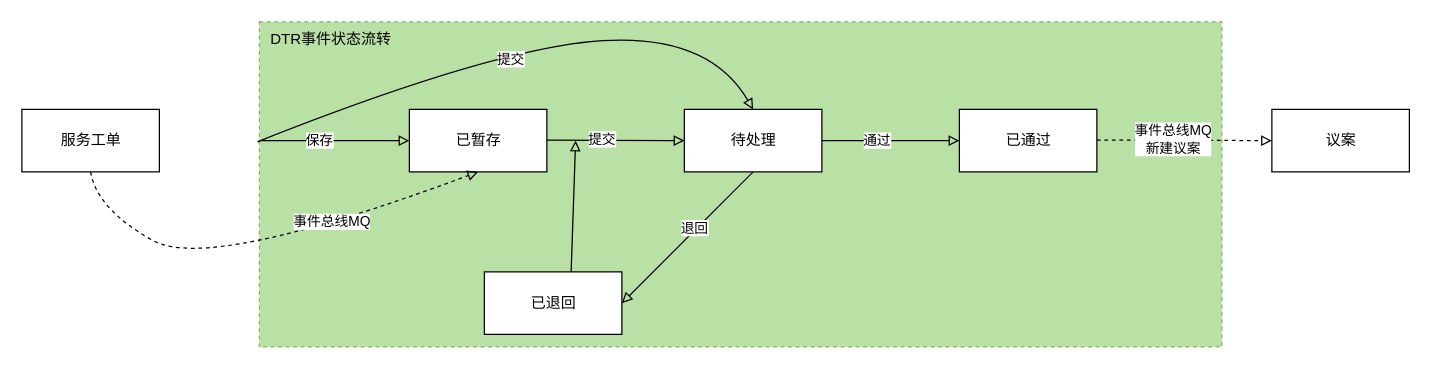
Before: page "DTR事件设计" (7 of 7) of images/DTR时序图.drawio in 1132489442/designer, a draw.io diagram. Source tidied: cells renumbered, new cells numbered last; positions are measured from the earlier drawing's top-left corner, leaving out a move shared by most shapes. Both pictures are drawn from the tidied source at 125%, with x=0, y=0 at pixel (21, 21).
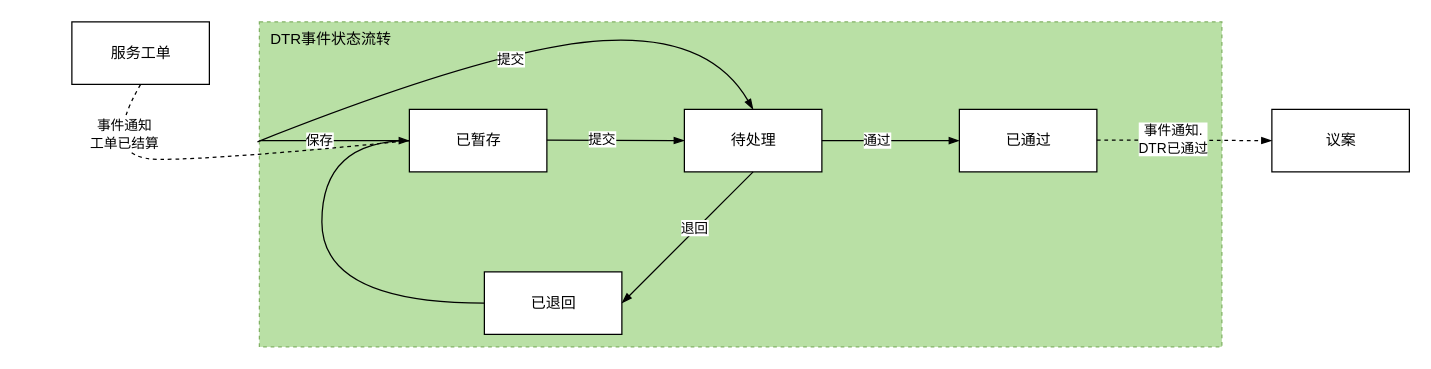
The same diagram, later.

The change refers to these unchanged cells:
```xml
<mxCell id="2" style="rounded=0;whiteSpace=wrap;html=1;dashed=1;labelBackgroundColor=default;fillColor=#B9E0A5;strokeColor=#82b366;" parent="1" vertex="1">
  <mxGeometry x="190" width="770" height="260" as="geometry" />
</mxCell>
<mxCell id="3" value="已通过" style="html=1;" parent="1" vertex="1">
  <mxGeometry x="750" y="70" width="110" height="50" as="geometry" />
</mxCell>
<mxCell id="4" value="待处理" style="html=1;" parent="1" vertex="1">
  <mxGeometry x="530" y="70" width="110" height="50" as="geometry" />
</mxCell>
<mxCell id="9" value="已退回" style="html=1;" parent="1" vertex="1">
  <mxGeometry x="370" y="200" width="110" height="50" as="geometry" />
</mxCell>
<mxCell id="10" value="已暂存" style="html=1;" parent="1" vertex="1">
  <mxGeometry x="310" y="70" width="110" height="50" as="geometry" />
</mxCell>
<mxCell id="18" value="议案" style="html=1;" parent="1" vertex="1">
  <mxGeometry x="1000" y="70" width="110" height="50" as="geometry" />
</mxCell>
```

Change to the diagram source:
```diff
@@
-    <mxCell id="5" style="endArrow=block;endSize=6;html=1;rounded=0;entryX=0;entryY=0.5;entryDx=0;entryDy=0;endFill=0;" parent="1" edge="1" target="3">
+    <mxCell id="5" style="endArrow=blockThin;endSize=6;html=1;rounded=0;entryX=0;entryY=0.5;entryDx=0;entryDy=0;endFill=1;" parent="1" edge="1" target="3">
       <mxGeometry relative="1" as="geometry">
         <mxPoint x="640" y="95" as="sourcePoint" />
       </mxGeometry>
     </mxCell>
@@
-    <mxCell id="7" style="endArrow=block;endSize=6;html=1;rounded=0;entryX=0;entryY=0.5;entryDx=0;entryDy=0;entryPerimeter=0;endFill=0;" parent="1" edge="1" target="10">
+    <mxCell id="7" style="endArrow=blockThin;endSize=6;html=1;rounded=0;entryX=0;entryY=0.5;entryDx=0;entryDy=0;entryPerimeter=0;endFill=1;" parent="1" edge="1" target="10">
       <mxGeometry relative="1" as="geometry">
         <mxPoint x="190" y="95" as="sourcePoint" />
       </mxGeometry>
     </mxCell>
@@
-    <mxCell id="11" style="endArrow=block;endSize=6;html=1;rounded=0;exitX=1;exitY=0.5;exitDx=0;exitDy=0;endFill=0;" parent="1" edge="1">
+    <mxCell id="11" style="endArrow=blockThin;endSize=6;html=1;rounded=0;exitX=1;exitY=0.5;exitDx=0;exitDy=0;endFill=1;" parent="1" edge="1">
       <mxGeometry relative="1" as="geometry">
         <mxPoint x="420" y="94.5" as="sourcePoint" />
         <mxPoint x="530" y="95" as="targetPoint" />
       </mxGeometry>
     </mxCell>
@@
-    <mxCell id="13" style="curved=1;endArrow=block;html=1;rounded=0;entryX=0.5;entryY=0;entryDx=0;entryDy=0;exitX=-0.002;exitY=0.369;exitDx=0;exitDy=0;exitPerimeter=0;endFill=0;" parent="1" edge="1" source="2" target="4">
+    <mxCell id="13" style="curved=1;endArrow=blockThin;html=1;rounded=0;entryX=0.5;entryY=0;entryDx=0;entryDy=0;exitX=-0.002;exitY=0.369;exitDx=0;exitDy=0;exitPerimeter=0;endFill=1;" parent="1" edge="1" source="2" target="4">
       <mxGeometry relative="1" as="geometry">
         <Array as="points">
           <mxPoint x="380" y="20" />
           <mxPoint x="550" y="10" />
         </Array>
       </mxGeometry>
     </mxCell>
@@
-    <mxCell id="15" style="endArrow=block;html=1;rounded=0;exitX=0.5;exitY=1;exitDx=0;exitDy=0;entryX=1;entryY=0.5;entryDx=0;entryDy=0;endFill=0;" parent="1" edge="1" source="4" target="9">
+    <mxCell id="15" style="endArrow=blockThin;html=1;rounded=0;exitX=0.5;exitY=1;exitDx=0;exitDy=0;entryX=1;entryY=0.5;entryDx=0;entryDy=0;endFill=1;" parent="1" edge="1" source="4" target="9">
       <mxGeometry relative="1" as="geometry" />
     </mxCell>
@@
-    <mxCell id="17" style="endArrow=block;html=1;rounded=0;exitX=0.631;exitY=0;exitDx=0;exitDy=0;exitPerimeter=0;endFill=0;" parent="1" edge="1" source="9">
+    <mxCell id="17" style="endArrow=none;html=1;rounded=0;endFill=0;edgeStyle=orthogonalEdgeStyle;curved=1;" parent="1" edge="1" source="9">
       <mxGeometry relative="1" as="geometry">
-        <mxPoint x="443" y="95" as="targetPoint" />
+        <mxPoint x="310" y="95" as="targetPoint" />
+        <Array as="points">
+          <mxPoint x="240" y="225" />
+          <mxPoint x="240" y="95" />
+        </Array>
       </mxGeometry>
     </mxCell>
@@
-    <mxCell id="19" style="endArrow=block;endSize=6;html=1;rounded=0;entryX=0;entryY=0.5;entryDx=0;entryDy=0;dashed=1;endFill=0;" parent="1" edge="1" target="18">
+    <mxCell id="19" style="endArrow=blockThin;endSize=6;html=1;rounded=0;entryX=0;entryY=0.5;entryDx=0;entryDy=0;dashed=1;endFill=1;" parent="1" edge="1" target="18">
       <mxGeometry relative="1" as="geometry">
         <mxPoint x="860" y="94.5" as="sourcePoint" />
       </mxGeometry>
     </mxCell>
-    <mxCell id="20" value="事件总线MQ&lt;br&gt;新建议案" style="edgeLabel;html=1;align=center;verticalAlign=middle;" parent="19" vertex="1">
+    <mxCell id="20" value="事件通知.&lt;br&gt;DTR已通过" style="edgeLabel;html=1;align=center;verticalAlign=middle;" parent="19" vertex="1">
       <mxGeometry x="-0.21" y="1" relative="1" as="geometry">
         <mxPoint x="5" as="offset" />
       </mxGeometry>
     </mxCell>
     <mxCell id="21" value="服务工单" style="html=1;" parent="1" vertex="1">
-      <mxGeometry y="70" width="110" height="50" as="geometry" />
+      <mxGeometry x="40" width="110" height="50" as="geometry" />
     </mxCell>
-    <mxCell id="22" style="curved=1;endArrow=block;html=1;rounded=0;dashed=1;exitX=0.5;exitY=1;exitDx=0;exitDy=0;entryX=0.5;entryY=1;entryDx=0;entryDy=0;endFill=0;" parent="1" edge="1" source="21" target="10">
+    <mxCell id="22" style="curved=1;endArrow=none;html=1;rounded=0;dashed=1;exitX=0.5;exitY=1;exitDx=0;exitDy=0;entryX=0;entryY=0.5;entryDx=0;entryDy=0;endFill=0;" parent="1" edge="1" source="21" target="10">
       <mxGeometry relative="1" as="geometry">
         <Array as="points">
-          <mxPoint x="60" y="150" />
-          <mxPoint x="150" y="200" />
+          <mxPoint x="60" y="110" />
+          <mxPoint x="160" y="110" />
         </Array>
       </mxGeometry>
     </mxCell>
-    <mxCell id="23" value="事件总线MQ" style="edgeLabel;html=1;align=center;verticalAlign=middle;" parent="22" vertex="1">
+    <mxCell id="23" value="事件通知&lt;br&gt;工单已结算" style="edgeLabel;html=1;align=center;verticalAlign=middle;" parent="22" vertex="1">
       <mxGeometry x="-0.25" y="16" relative="1" as="geometry">
-        <mxPoint x="101" y="-25" as="offset" />
+        <mxPoint x="-29" y="-5" as="offset" />
       </mxGeometry>
     </mxCell>
```
